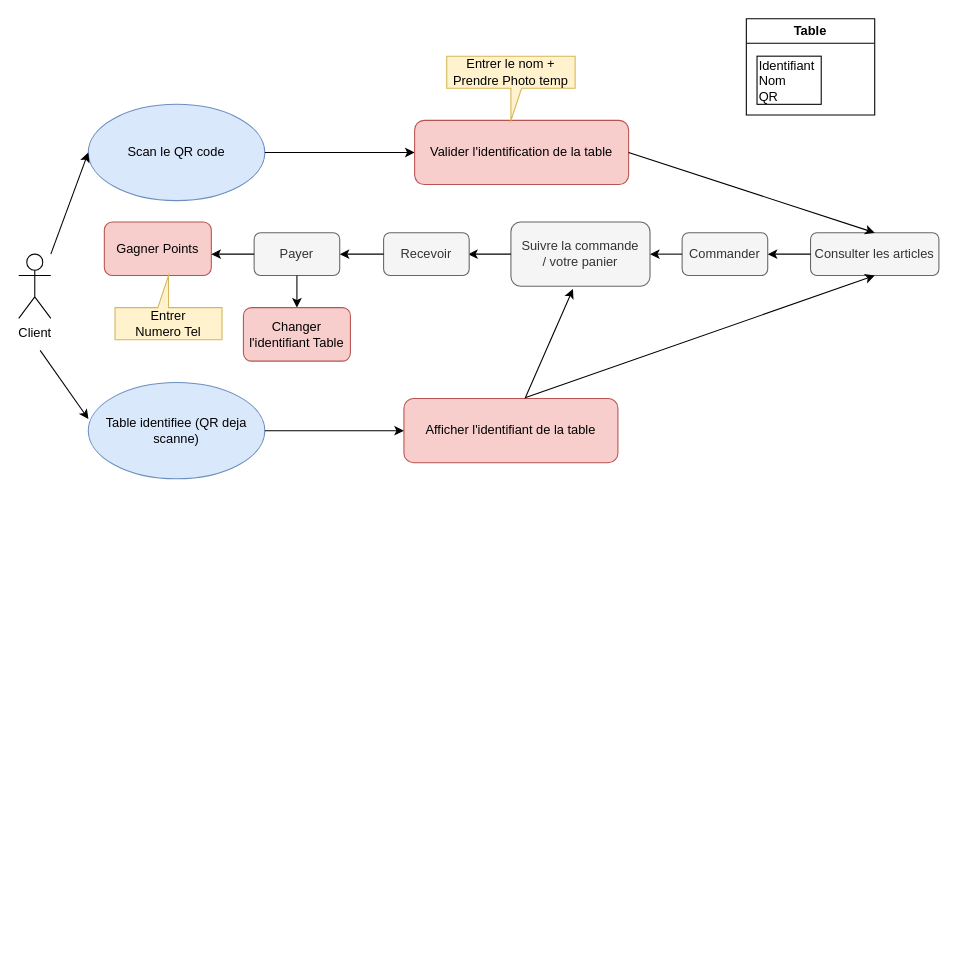
Above: Diagramme sans nom.drawio in IsmailZi/restoAppPublic (draw.io), before the change. Source tidied: cells renumbered, new cells numbered last; positions are measured from the earlier drawing's top-left corner, leaving out a move shared by most shapes. Both pictures are drawn from the tidied source at 107%, with x=0, y=0 at pixel (18, 18).
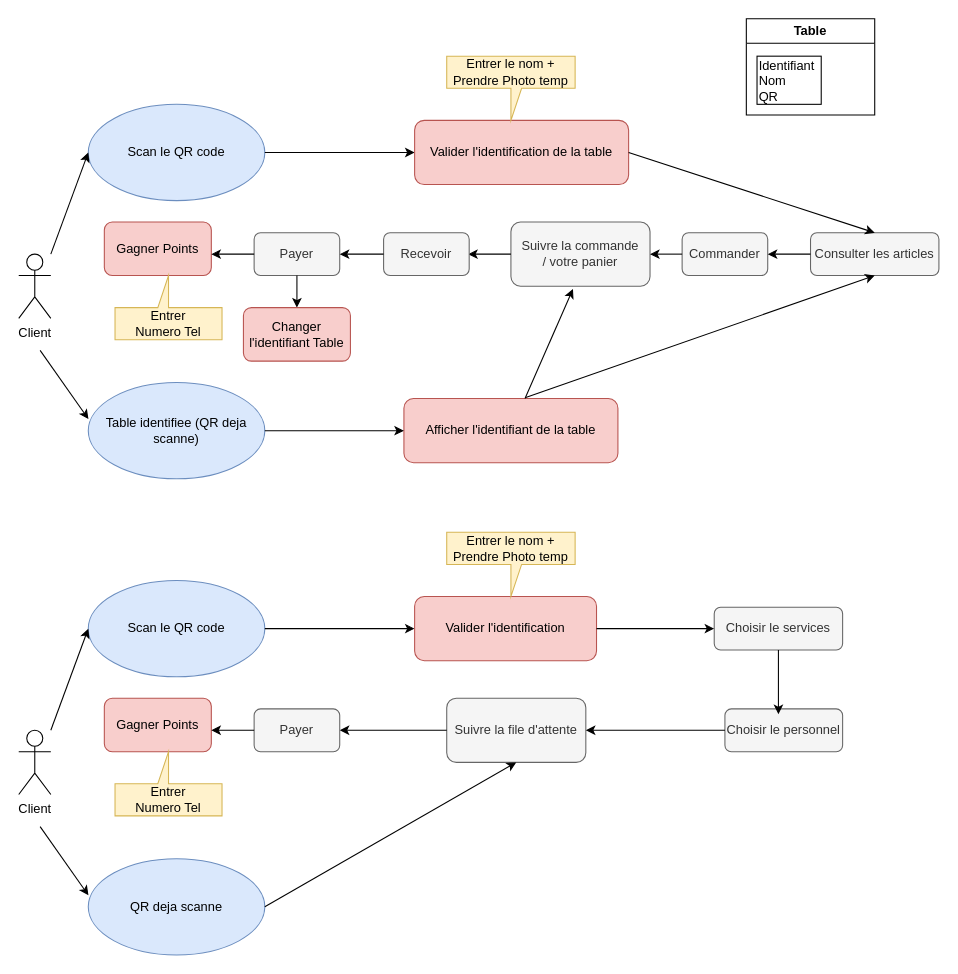
After the change.

Change to the diagram source:
```diff
@@
+    <mxCell id="31" value="Scan le QR code" style="ellipse;whiteSpace=wrap;html=1;fillColor=#dae8fc;strokeColor=#6c8ebf;" parent="1" vertex="1">
+      <mxGeometry x="65" y="525" width="165" height="90" as="geometry" />
+    </mxCell>
+    <mxCell id="32" value="Client" style="shape=umlActor;verticalLabelPosition=bottom;verticalAlign=top;html=1;" parent="1" vertex="1">
+      <mxGeometry y="665" width="30" height="60" as="geometry" />
+    </mxCell>
+    <mxCell id="33" style="endArrow=classic;html=1;rounded=0;entryX=0;entryY=0.5;entryDx=0;entryDy=0;" parent="1" edge="1" target="35">
+      <mxGeometry relative="1" as="geometry">
+        <mxPoint x="230" y="570" as="sourcePoint" />
+      </mxGeometry>
+    </mxCell>
+    <mxCell id="34" style="endArrow=classic;html=1;rounded=0;entryX=0;entryY=0.5;entryDx=0;entryDy=0;" parent="1" edge="1" target="31">
+      <mxGeometry relative="1" as="geometry">
+        <mxPoint x="30" y="665" as="sourcePoint" />
+      </mxGeometry>
+    </mxCell>
+    <mxCell id="35" value="Valider l'identification" style="rounded=1;whiteSpace=wrap;html=1;fillColor=#f8cecc;strokeColor=#b85450;" parent="1" vertex="1">
+      <mxGeometry x="370" y="540" width="170" height="60" as="geometry" />
+    </mxCell>
+    <mxCell id="36" value="Choisir le services" style="rounded=1;whiteSpace=wrap;html=1;fillColor=#f5f5f5;fontColor=#333333;strokeColor=#666666;" parent="1" vertex="1">
+      <mxGeometry x="650" y="550" width="120" height="40" as="geometry" />
+    </mxCell>
+    <mxCell id="37" value="Choisir le personnel" style="rounded=1;whiteSpace=wrap;html=1;fillColor=#f5f5f5;fontColor=#333333;strokeColor=#666666;" parent="1" vertex="1">
+      <mxGeometry x="660" y="645" width="110" height="40" as="geometry" />
+    </mxCell>
+    <mxCell id="38" value="Suivre la file d'attente" style="rounded=1;whiteSpace=wrap;html=1;fillColor=#f5f5f5;fontColor=#333333;strokeColor=#666666;" parent="1" vertex="1">
+      <mxGeometry x="400" y="635" width="130" height="60" as="geometry" />
+    </mxCell>
+    <mxCell id="39" style="endArrow=classic;html=1;rounded=0;exitX=1;exitY=0.5;exitDx=0;exitDy=0;" parent="1" edge="1" source="35" target="36">
+      <mxGeometry relative="1" as="geometry" />
+    </mxCell>
+    <mxCell id="40" style="endArrow=classic;html=1;rounded=0;entryX=1;entryY=0.5;entryDx=0;entryDy=0;exitX=0;exitY=0.5;exitDx=0;exitDy=0;" parent="1" edge="1" source="37" target="38">
+      <mxGeometry relative="1" as="geometry" />
+    </mxCell>
+    <mxCell id="41" value="Entrer le nom + Prendre Photo temp" style="shape=callout;whiteSpace=wrap;html=1;perimeter=calloutPerimeter;position2=0.5;base=10;fillColor=#fff2cc;strokeColor=#d6b656;" parent="1" vertex="1">
+      <mxGeometry x="400" y="480" width="120" height="60" as="geometry" />
+    </mxCell>
+    <mxCell id="42" style="endArrow=classic;html=1;rounded=0;exitX=0;exitY=0.5;exitDx=0;exitDy=0;entryX=1;entryY=0.5;entryDx=0;entryDy=0;" parent="1" edge="1" source="38" target="43">
+      <mxGeometry relative="1" as="geometry" />
+    </mxCell>
+    <mxCell id="43" value="Payer" style="rounded=1;whiteSpace=wrap;html=1;fillColor=#f5f5f5;fontColor=#333333;strokeColor=#666666;" parent="1" vertex="1">
+      <mxGeometry x="220" y="645" width="80" height="40" as="geometry" />
+    </mxCell>
+    <mxCell id="44" value="Gagner Points" style="rounded=1;whiteSpace=wrap;html=1;fillColor=#f8cecc;strokeColor=#b85450;" parent="1" vertex="1">
+      <mxGeometry x="80" y="635" width="100" height="50" as="geometry" />
+    </mxCell>
+    <mxCell id="45" style="endArrow=classic;html=1;rounded=0;exitX=0;exitY=0.5;exitDx=0;exitDy=0;" parent="1" edge="1" source="43">
+      <mxGeometry relative="1" as="geometry">
+        <mxPoint x="180" y="665" as="targetPoint" />
+      </mxGeometry>
+    </mxCell>
+    <mxCell id="46" value="Entrer &lt;br&gt;Numero Tel" style="shape=callout;whiteSpace=wrap;html=1;perimeter=calloutPerimeter;position2=0.5;base=10;fillColor=#fff2cc;strokeColor=#d6b656;direction=west;" parent="1" vertex="1">
+      <mxGeometry x="90" y="685" width="100" height="60" as="geometry" />
+    </mxCell>
+    <mxCell id="47" style="endArrow=classic;html=1;rounded=0;entryX=0.001;entryY=0.38;entryDx=0;entryDy=0;entryPerimeter=0;" parent="1" edge="1" target="48">
+      <mxGeometry relative="1" as="geometry">
+        <mxPoint x="20" y="755" as="sourcePoint" />
+      </mxGeometry>
+    </mxCell>
+    <mxCell id="48" value="QR deja scanne" style="ellipse;whiteSpace=wrap;html=1;fillColor=#dae8fc;strokeColor=#6c8ebf;" parent="1" vertex="1">
+      <mxGeometry x="65" y="785" width="165" height="90" as="geometry" />
+    </mxCell>
+    <mxCell id="49" style="endArrow=classic;html=1;rounded=0;exitX=0.5;exitY=1;exitDx=0;exitDy=0;" parent="1" edge="1" source="36">
+      <mxGeometry relative="1" as="geometry">
+        <mxPoint x="710" y="650" as="targetPoint" />
+      </mxGeometry>
+    </mxCell>
+    <mxCell id="50" style="endArrow=classic;html=1;rounded=0;exitX=1;exitY=0.5;exitDx=0;exitDy=0;entryX=0.5;entryY=1;entryDx=0;entryDy=0;" parent="1" edge="1" source="48" target="38">
+      <mxGeometry relative="1" as="geometry" />
+    </mxCell>
```
